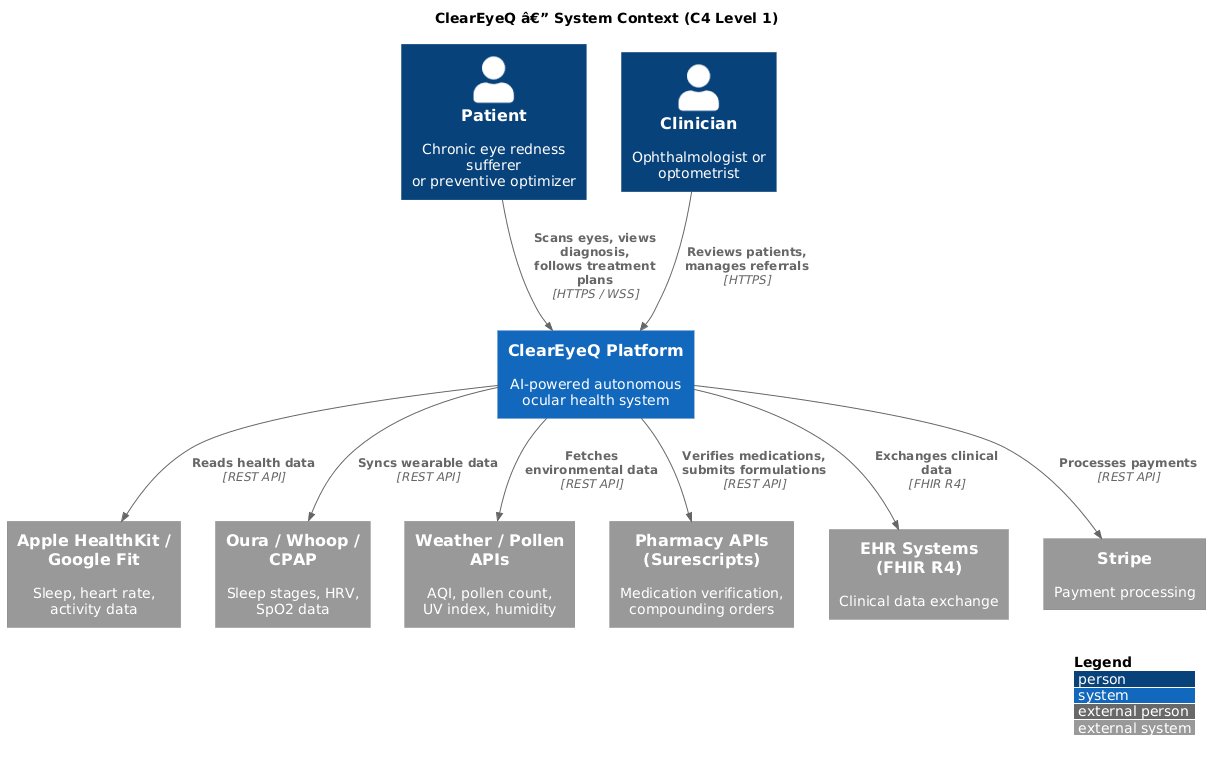
Before: docs/detailed-design/00-system-architecture/c4-system-context.png, a diagram exported from PlantUML (QuinntyneBrown/ClearEyeQ). Its diagram source:
```plantuml
@startuml
!include <C4/C4_Context>

title ClearEyeQ â€” System Context (C4 Level 1)

Person(patient, "Patient", "Chronic eye redness sufferer\nor preventive optimizer")
Person(clinician, "Clinician", "Ophthalmologist or\noptometrist")

System(cleareyeq, "ClearEyeQ Platform", "AI-powered autonomous\nocular health system")

System_Ext(healthkit, "Apple HealthKit /\nGoogle Fit", "Sleep, heart rate,\nactivity data")
System_Ext(wearable, "Oura / Whoop /\nCPAP", "Sleep stages, HRV,\nSpO2 data")
System_Ext(weather, "Weather / Pollen\nAPIs", "AQI, pollen count,\nUV index, humidity")
System_Ext(pharmacy, "Pharmacy APIs\n(Surescripts)", "Medication verification,\ncompounding orders")
System_Ext(ehr, "EHR Systems\n(FHIR R4)", "Clinical data exchange")
System_Ext(stripe, "Stripe", "Payment processing")

Rel(patient, cleareyeq, "Scans eyes, views diagnosis,\nfollows treatment plans", "HTTPS / WSS")
Rel(clinician, cleareyeq, "Reviews patients,\nmanages referrals", "HTTPS")

Rel(cleareyeq, healthkit, "Reads health data", "REST API")
Rel(cleareyeq, wearable, "Syncs wearable data", "REST API")
Rel(cleareyeq, weather, "Fetches environmental data", "REST API")
Rel(cleareyeq, pharmacy, "Verifies medications,\nsubmits formulations", "REST API")
Rel(cleareyeq, ehr, "Exchanges clinical data", "FHIR R4")
Rel(cleareyeq, stripe, "Processes payments", "REST API")

LAYOUT_WITH_LEGEND()
@enduml
```
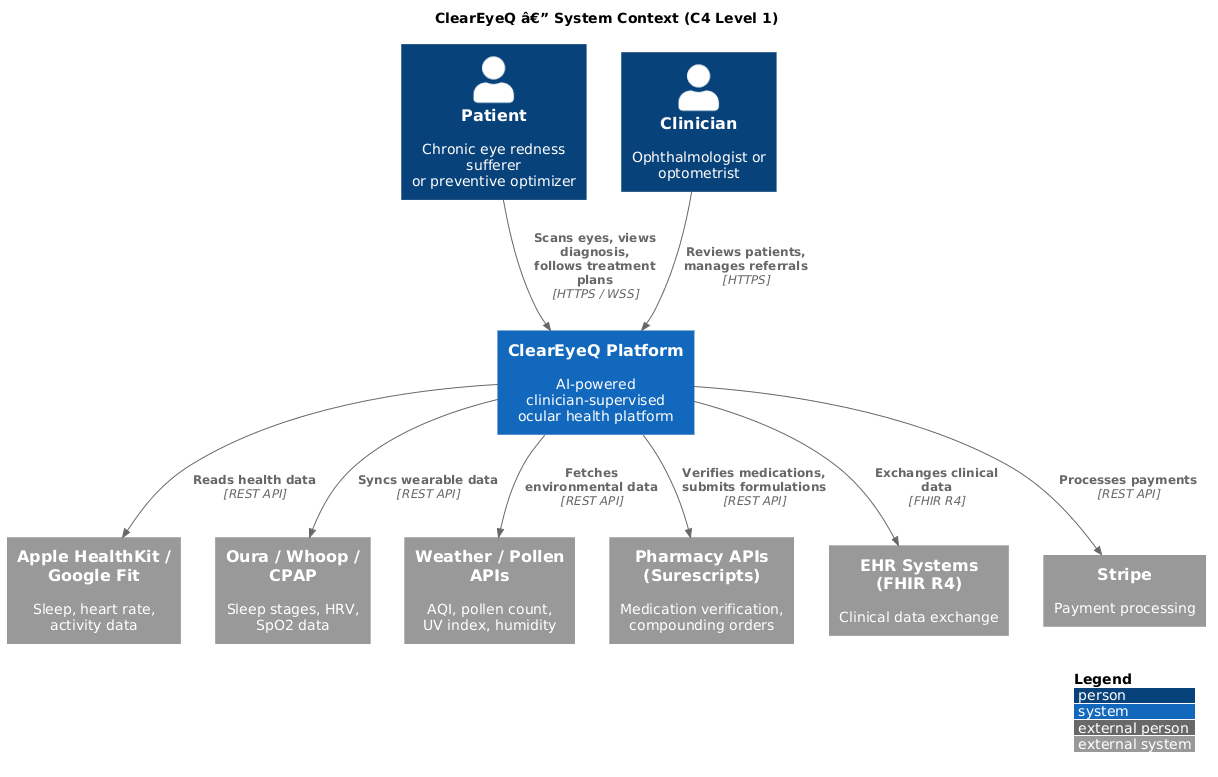
The same diagram one commit later.

Diff of the diagram source:
```diff
@@ -6,7 +6,7 @@
 Person(patient, "Patient", "Chronic eye redness sufferer\nor preventive optimizer")
 Person(clinician, "Clinician", "Ophthalmologist or\noptometrist")
 
-System(cleareyeq, "ClearEyeQ Platform", "AI-powered autonomous\nocular health system")
+System(cleareyeq, "ClearEyeQ Platform", "AI-powered clinician-supervised\nocular health platform")
 
 System_Ext(healthkit, "Apple HealthKit /\nGoogle Fit", "Sleep, heart rate,\nactivity data")
 System_Ext(wearable, "Oura / Whoop /\nCPAP", "Sleep stages, HRV,\nSpO2 data")
```
